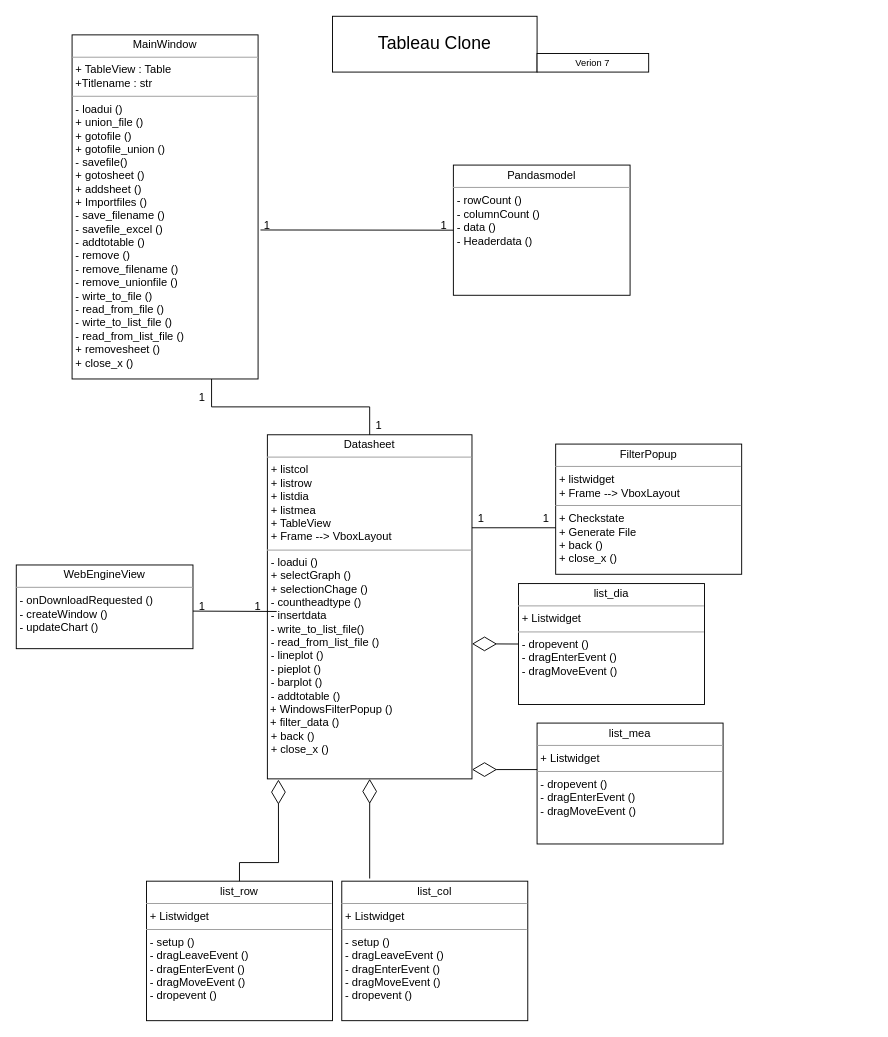
Ekalak01/Data_Analyst_App keeps this draw.io diagram as version7/UML_Assi3_1.drawio.drawio. Above is the earlier version. Source tidied: cells renumbered, new cells numbered last; positions are measured from the earlier drawing's top-left corner, leaving out a move shared by most shapes. Both pictures are drawn from the tidied source at 93%, with x=0, y=0 at pixel (16, 16).
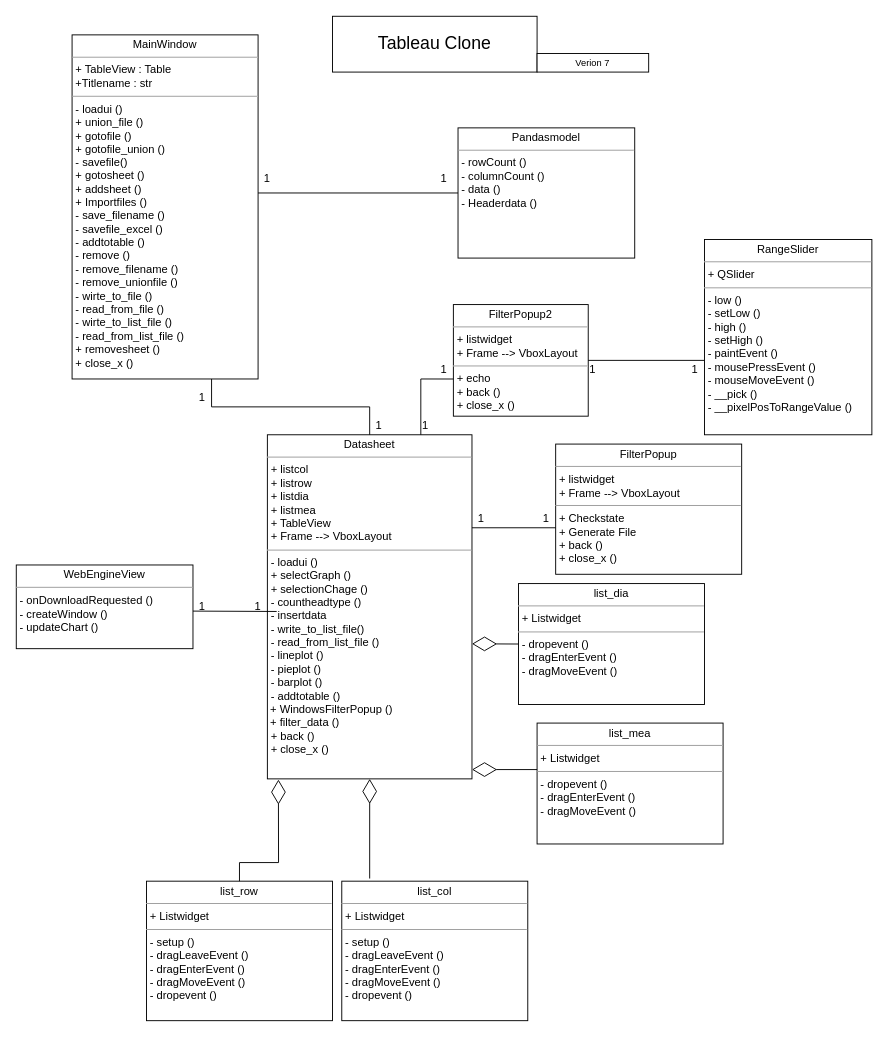
After the change.

Unchanged cells that the change refers to:
```xml
<mxCell id="2" value="&lt;p style=&quot;margin: 0px ; margin-top: 4px ; text-align: center&quot;&gt;MainWindow&lt;/p&gt;&lt;hr size=&quot;1&quot;&gt;&lt;p style=&quot;margin: 0px ; margin-left: 4px&quot;&gt;+ TableView : Table&lt;br&gt;&lt;/p&gt;&lt;p style=&quot;margin: 0px ; margin-left: 4px&quot;&gt;+Titlename : str&lt;/p&gt;&lt;hr size=&quot;1&quot;&gt;&lt;p style=&quot;margin: 0px ; margin-left: 4px&quot;&gt;- loadui ()&lt;/p&gt;&lt;p style=&quot;margin: 0px ; margin-left: 4px&quot;&gt;+ union_file ()&lt;/p&gt;&lt;p style=&quot;margin: 0px ; margin-left: 4px&quot;&gt;+ gotofile ()&lt;/p&gt;&lt;p style=&quot;margin: 0px ; margin-left: 4px&quot;&gt;+ gotofile_union ()&lt;/p&gt;&lt;p style=&quot;margin: 0px ; margin-left: 4px&quot;&gt;- savefile()&lt;/p&gt;&lt;p style=&quot;margin: 0px ; margin-left: 4px&quot;&gt;+ gotosheet ()&lt;br&gt;&lt;/p&gt;&lt;p style=&quot;margin: 0px ; margin-left: 4px&quot;&gt;+ addsheet ()&lt;br&gt;&lt;/p&gt;&lt;p style=&quot;margin: 0px 0px 0px 4px&quot;&gt;+ Importfiles ()&amp;nbsp;&lt;br&gt;&lt;/p&gt;&lt;p style=&quot;margin: 0px 0px 0px 4px&quot;&gt;- save_filename ()&lt;/p&gt;&lt;p style=&quot;margin: 0px ; margin-left: 4px&quot;&gt;- savefile_excel ()&amp;nbsp;&lt;/p&gt;&lt;p style=&quot;margin: 0px ; margin-left: 4px&quot;&gt;- addtotable ()&lt;br&gt;&lt;/p&gt;&lt;p style=&quot;margin: 0px ; margin-left: 4px&quot;&gt;- remove ()&lt;/p&gt;&lt;p style=&quot;margin: 0px ; margin-left: 4px&quot;&gt;- remove_filename ()&lt;/p&gt;&lt;p style=&quot;margin: 0px ; margin-left: 4px&quot;&gt;- remove_unionfile ()&lt;/p&gt;&lt;p style=&quot;margin: 0px 0px 0px 4px&quot;&gt;- wirte_to_file ()&lt;/p&gt;&lt;p style=&quot;margin: 0px 0px 0px 4px&quot;&gt;- read_from_file ()&lt;/p&gt;&lt;p style=&quot;margin: 0px 0px 0px 4px&quot;&gt;- wirte_to_list_file ()&lt;/p&gt;&lt;p style=&quot;margin: 0px 0px 0px 4px&quot;&gt;- read_from_list_file ()&lt;/p&gt;&lt;p style=&quot;margin: 0px 0px 0px 4px&quot;&gt;+ removesheet ()&amp;nbsp;&lt;/p&gt;&lt;p style=&quot;margin: 0px ; margin-left: 4px&quot;&gt;+ close_x ()&lt;/p&gt;&lt;p style=&quot;margin: 0px ; margin-left: 4px&quot;&gt;&lt;br&gt;&lt;/p&gt;" style="verticalAlign=top;align=left;overflow=fill;fontSize=12;fontFamily=Helvetica;html=1;" parent="1" vertex="1">
  <mxGeometry x="60" y="20" width="200" height="370" as="geometry" />
</mxCell>
<mxCell id="7" value="&lt;p style=&quot;margin: 0px ; margin-top: 4px ; text-align: center&quot;&gt;Datasheet&lt;/p&gt;&lt;hr size=&quot;1&quot;&gt;&lt;p style=&quot;margin: 0px ; margin-left: 4px&quot;&gt;+ listcol&lt;br&gt;&lt;/p&gt;&lt;p style=&quot;margin: 0px ; margin-left: 4px&quot;&gt;+ listrow&lt;/p&gt;&lt;p style=&quot;margin: 0px ; margin-left: 4px&quot;&gt;+ listdia&lt;/p&gt;&lt;p style=&quot;margin: 0px ; margin-left: 4px&quot;&gt;+ listmea&lt;/p&gt;&lt;p style=&quot;margin: 0px ; margin-left: 4px&quot;&gt;+ TableView&lt;/p&gt;&lt;p style=&quot;margin: 0px ; margin-left: 4px&quot;&gt;&lt;span&gt;+ Frame --&amp;gt; VboxLayout&lt;/span&gt;&lt;br&gt;&lt;/p&gt;&lt;hr size=&quot;1&quot;&gt;&lt;p style=&quot;margin: 0px 0px 0px 4px&quot;&gt;- loadui ()&lt;/p&gt;&lt;p style=&quot;margin: 0px ; margin-left: 4px&quot;&gt;+ selectGraph ()&lt;/p&gt;&lt;p style=&quot;margin: 0px ; margin-left: 4px&quot;&gt;+ selectionChage ()&lt;/p&gt;&lt;p style=&quot;margin: 0px ; margin-left: 4px&quot;&gt;&lt;span&gt;- countheadtype ()&lt;/span&gt;&lt;br&gt;&lt;/p&gt;&lt;p style=&quot;margin: 0px ; margin-left: 4px&quot;&gt;- insertdata&lt;span&gt;&lt;br&gt;&lt;/span&gt;&lt;/p&gt;&lt;p style=&quot;margin: 0px ; margin-left: 4px&quot;&gt;- write_to_list_file()&lt;br&gt;&lt;/p&gt;&lt;p style=&quot;margin: 0px ; margin-left: 4px&quot;&gt;- read_from_list_file ()&lt;/p&gt;&lt;p style=&quot;margin: 0px ; margin-left: 4px&quot;&gt;- lineplot ()&lt;br&gt;- pieplot ()&lt;/p&gt;&lt;p style=&quot;margin: 0px ; margin-left: 4px&quot;&gt;- barplot ()&lt;/p&gt;&lt;p style=&quot;margin: 0px ; margin-left: 4px&quot;&gt;&lt;span&gt;- addtotable ()&lt;/span&gt;&lt;/p&gt;&amp;nbsp;+ WindowsFilterPopup ()&lt;br&gt;&amp;nbsp;+ filter_data ()&lt;br&gt;&lt;p style=&quot;margin: 0px ; margin-left: 4px&quot;&gt;&lt;span&gt;+ back ()&amp;nbsp;&lt;/span&gt;&lt;/p&gt;&lt;p style=&quot;margin: 0px ; margin-left: 4px&quot;&gt;+ close_x ()&lt;/p&gt;&lt;p style=&quot;margin: 0px ; margin-left: 4px&quot;&gt;&lt;br&gt;&lt;/p&gt;" style="verticalAlign=top;align=left;overflow=fill;fontSize=12;fontFamily=Helvetica;html=1;" parent="1" vertex="1">
  <mxGeometry x="270" y="450" width="220" height="370" as="geometry" />
</mxCell>
```

The edit, as a diff of the source:
```diff
@@
     <mxCell id="3" value="&lt;p style=&quot;margin: 0px ; margin-top: 4px ; text-align: center&quot;&gt;Pandasmodel&lt;/p&gt;&lt;hr size=&quot;1&quot;&gt;&lt;p style=&quot;margin: 0px ; margin-left: 4px&quot;&gt;- rowCount ()&lt;/p&gt;&lt;p style=&quot;margin: 0px ; margin-left: 4px&quot;&gt;- columnCount ()&lt;/p&gt;&lt;p style=&quot;margin: 0px ; margin-left: 4px&quot;&gt;&lt;span&gt;- data ()&lt;/span&gt;&lt;br&gt;&lt;/p&gt;&lt;p style=&quot;margin: 0px ; margin-left: 4px&quot;&gt;- Headerdata ()&lt;/p&gt;" style="verticalAlign=top;align=left;overflow=fill;fontSize=12;fontFamily=Helvetica;html=1;" parent="1" vertex="1">
-      <mxGeometry x="470" y="160" width="190" height="140" as="geometry" />
+      <mxGeometry x="475" y="120" width="190" height="140" as="geometry" />
     </mxCell>
@@
-    <mxCell id="5" style="endArrow=none;html=1;rounded=0;entryX=0;entryY=0.5;entryDx=0;entryDy=0;startArrow=none;exitX=1.013;exitY=0.567;exitDx=0;exitDy=0;exitPerimeter=0;" parent="1" edge="1" source="2" target="3">
-      <mxGeometry relative="1" as="geometry" />
+    <mxCell id="5" style="endArrow=none;html=1;rounded=0;entryX=0;entryY=0.5;entryDx=0;entryDy=0;startArrow=none;" parent="1" edge="1" target="3">
+      <mxGeometry relative="1" as="geometry">
+        <mxPoint x="260" y="190" as="sourcePoint" />
+      </mxGeometry>
     </mxCell>
     <mxCell id="6" value="1" style="text;html=1;strokeColor=none;fillColor=none;align=center;verticalAlign=middle;whiteSpace=wrap;rounded=0;" parent="1" vertex="1">
-      <mxGeometry x="450" y="210" width="20" height="30" as="geometry" />
+      <mxGeometry x="450" y="160" width="20" height="30" as="geometry" />
     </mxCell>
@@
     <mxCell id="11" value="1" style="text;html=1;strokeColor=none;fillColor=none;align=center;verticalAlign=middle;whiteSpace=wrap;rounded=0;" parent="1" vertex="1">
-      <mxGeometry x="260" y="210" width="20" height="30" as="geometry" />
+      <mxGeometry x="260" y="160" width="20" height="30" as="geometry" />
     </mxCell>
@@
+    <mxCell id="29" value="&lt;p style=&quot;margin: 0px ; margin-top: 4px ; text-align: center&quot;&gt;FilterPopup2&lt;/p&gt;&lt;hr size=&quot;1&quot;&gt;&lt;p style=&quot;margin: 0px ; margin-left: 4px&quot;&gt;+ listwidget&lt;/p&gt;&lt;p style=&quot;margin: 0px ; margin-left: 4px&quot;&gt;+ Frame --&amp;gt; VboxLayout&lt;br&gt;&lt;/p&gt;&lt;hr size=&quot;1&quot;&gt;&lt;p style=&quot;margin: 0px ; margin-left: 4px&quot;&gt;+ echo&lt;/p&gt;&lt;p style=&quot;margin: 0px ; margin-left: 4px&quot;&gt;+ back ()&amp;nbsp;&lt;/p&gt;&lt;p style=&quot;margin: 0px ; margin-left: 4px&quot;&gt;+ close_x ()&lt;/p&gt;" style="verticalAlign=top;align=left;overflow=fill;fontSize=12;fontFamily=Helvetica;html=1;" parent="1" vertex="1">
+      <mxGeometry x="470" y="310" width="145" height="120" as="geometry" />
+    </mxCell>
+    <mxCell id="30" style="endArrow=none;html=1;rounded=0;entryX=0.75;entryY=0;entryDx=0;entryDy=0;exitX=0;exitY=0.667;exitDx=0;exitDy=0;exitPerimeter=0;" parent="1" edge="1" source="29" target="7">
+      <mxGeometry relative="1" as="geometry">
+        <Array as="points">
+          <mxPoint x="435" y="390" />
+        </Array>
+      </mxGeometry>
+    </mxCell>
+    <mxCell id="31" value="1" style="text;html=1;strokeColor=none;fillColor=none;align=center;verticalAlign=middle;whiteSpace=wrap;rounded=0;" parent="1" vertex="1">
+      <mxGeometry x="450" y="370" width="20" height="20" as="geometry" />
+    </mxCell>
+    <mxCell id="32" value="1" style="text;html=1;strokeColor=none;fillColor=none;align=center;verticalAlign=middle;whiteSpace=wrap;rounded=0;" parent="1" vertex="1">
+      <mxGeometry x="430" y="430" width="20" height="20" as="geometry" />
+    </mxCell>
+    <mxCell id="33" value="&lt;p style=&quot;margin: 0px ; margin-top: 4px ; text-align: center&quot;&gt;RangeSlider&lt;/p&gt;&lt;hr size=&quot;1&quot;&gt;&lt;p style=&quot;margin: 0px ; margin-left: 4px&quot;&gt;+&amp;nbsp;QSlider&lt;/p&gt;&lt;hr size=&quot;1&quot;&gt;&lt;p style=&quot;margin: 0px ; margin-left: 4px&quot;&gt;- low ()&amp;nbsp;&lt;/p&gt;&lt;p style=&quot;margin: 0px ; margin-left: 4px&quot;&gt;- setLow ()&lt;/p&gt;&lt;p style=&quot;margin: 0px ; margin-left: 4px&quot;&gt;-&amp;nbsp;high ()&lt;/p&gt;&lt;p style=&quot;margin: 0px ; margin-left: 4px&quot;&gt;- setHigh ()&amp;nbsp;&lt;/p&gt;&lt;p style=&quot;margin: 0px ; margin-left: 4px&quot;&gt;-&amp;nbsp;paintEvent ()&lt;/p&gt;&lt;p style=&quot;margin: 0px ; margin-left: 4px&quot;&gt;-&amp;nbsp;mousePressEvent ()&lt;/p&gt;&lt;p style=&quot;margin: 0px ; margin-left: 4px&quot;&gt;-&amp;nbsp;mouseMoveEvent ()&lt;/p&gt;&lt;p style=&quot;margin: 0px ; margin-left: 4px&quot;&gt;-&amp;nbsp;__pick ()&lt;/p&gt;&lt;p style=&quot;margin: 0px ; margin-left: 4px&quot;&gt;-&amp;nbsp;__pixelPosToRangeValue ()&lt;/p&gt;" style="verticalAlign=top;align=left;overflow=fill;fontSize=12;fontFamily=Helvetica;html=1;" parent="1" vertex="1">
+      <mxGeometry x="740" y="240" width="180" height="210" as="geometry" />
+    </mxCell>
+    <mxCell id="34" style="endArrow=none;html=1;rounded=0;entryX=0;entryY=1;entryDx=0;entryDy=0;" parent="1" edge="1">
+      <mxGeometry relative="1" as="geometry">
+        <mxPoint x="740" y="370" as="sourcePoint" />
+        <mxPoint x="615" y="370" as="targetPoint" />
+      </mxGeometry>
+    </mxCell>
+    <mxCell id="35" value="1" style="text;html=1;strokeColor=none;fillColor=none;align=center;verticalAlign=middle;whiteSpace=wrap;rounded=0;" parent="1" vertex="1">
+      <mxGeometry x="610" y="370" width="20" height="20" as="geometry" />
+    </mxCell>
+    <mxCell id="36" value="1" style="text;html=1;strokeColor=none;fillColor=none;align=center;verticalAlign=middle;whiteSpace=wrap;rounded=0;" parent="1" vertex="1">
+      <mxGeometry x="720" y="370" width="20" height="20" as="geometry" />
+    </mxCell>
```
